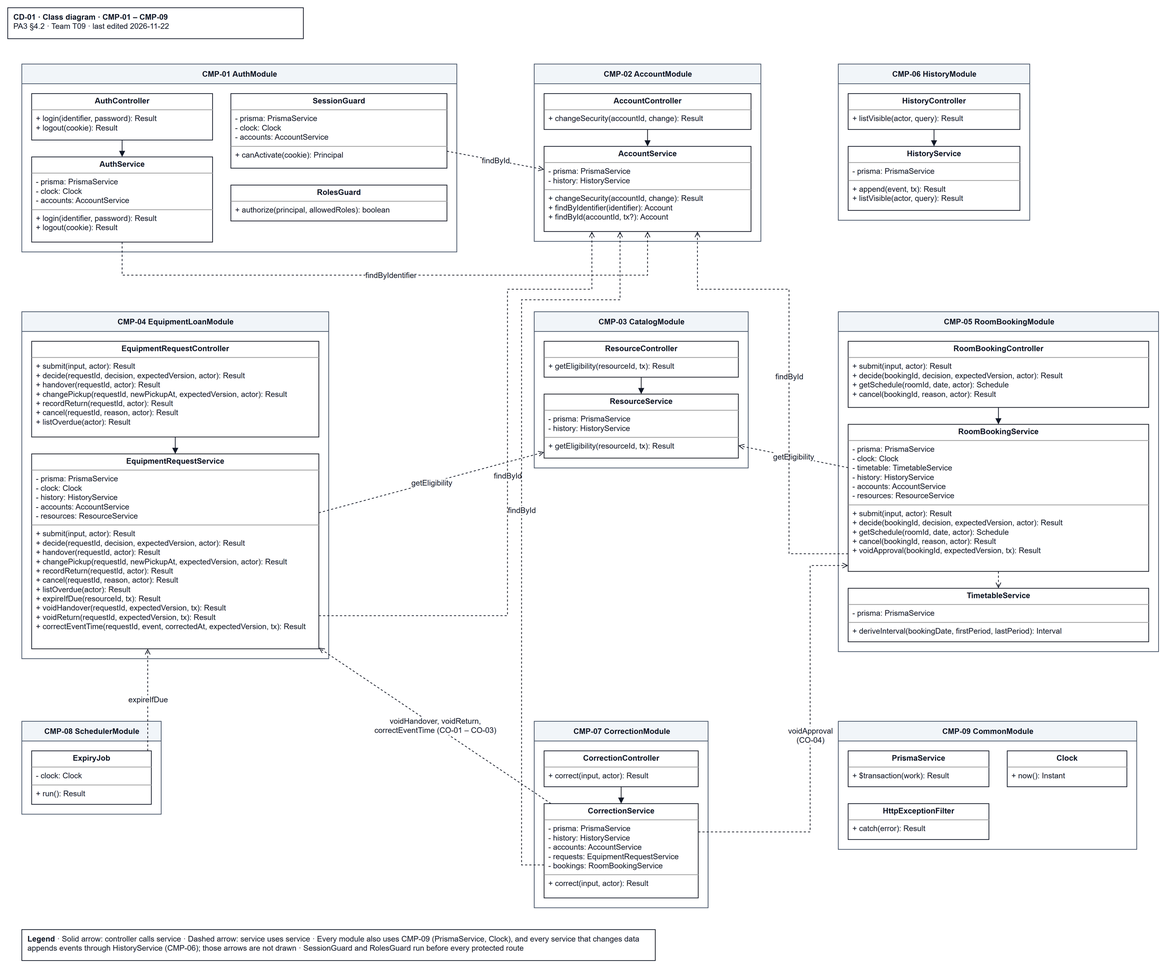
Earlier version of the draw.io export docs/design/diagrams/CD-01_component-classes.drawio.png (JuliaTrang/T09-CampusBorrow). Source tidied: cells renumbered, new cells last; positions are measured from the earlier drawing's top-left corner, leaving out a move shared by most shapes.
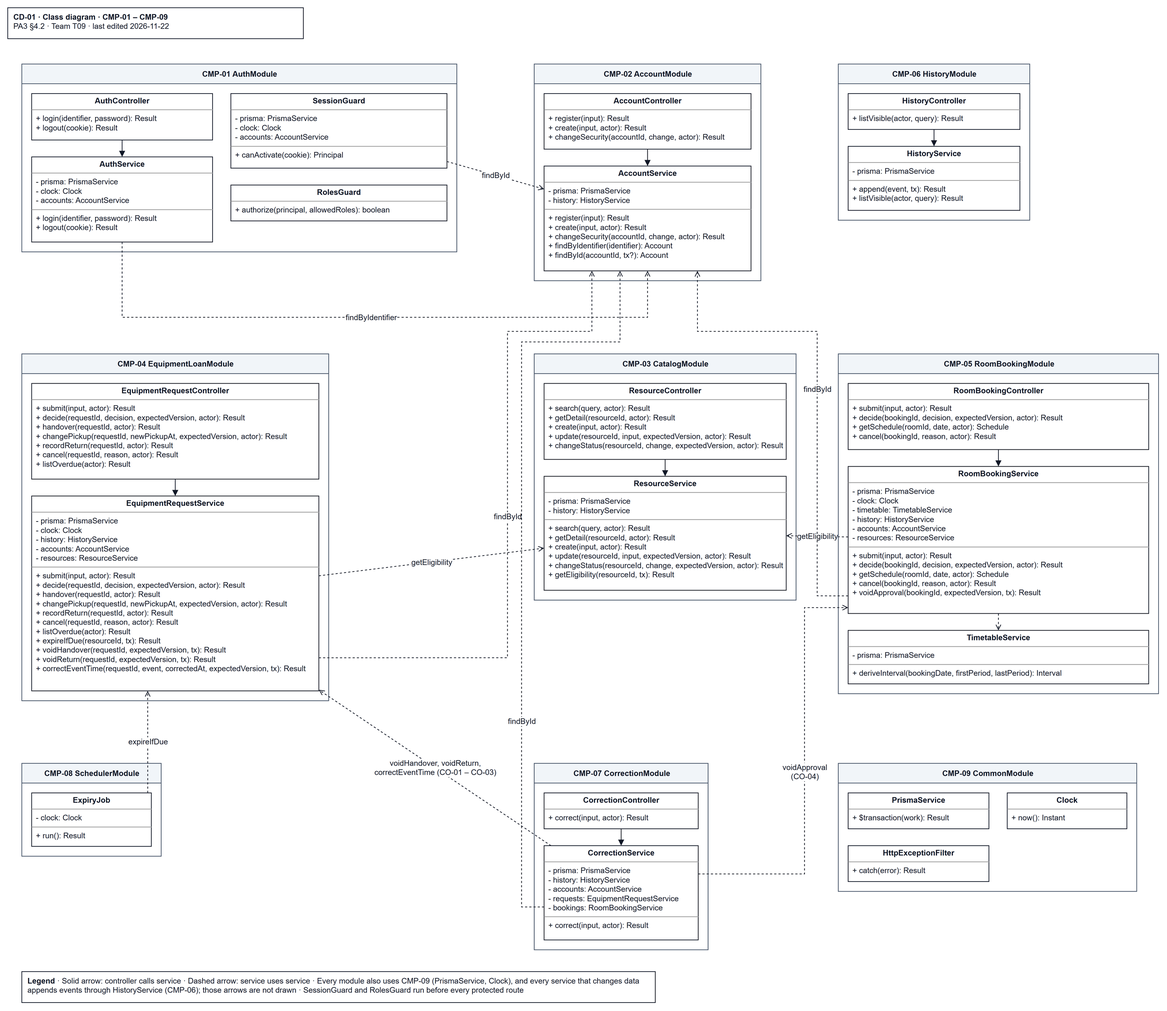
After the commit.

Commit message:
docs(pa3): add CMP-02/03 operations, uuid, history_event_id and resource_id

Change to the diagram source:
```diff
@@ -3,10 +3,10 @@
     <mxCell id="0" />
     <mxCell id="1" parent="0" />
     <mxCell id="2" value="&lt;b&gt;CD-01 · Class diagram · CMP-01 – CMP-09&lt;/b&gt;&lt;br&gt;PA3 §4.2 · Team T09 · last edited 2026-11-22" style="rounded=0;whiteSpace=wrap;html=1;align=left;verticalAlign=top;spacingLeft=6;strokeColor=#111827;fillColor=#ffffff;fontFamily=Arial;fontSize=11;fontColor=#111827;" parent="1" vertex="1">
-      <mxGeometry width="420" height="44" as="geometry" />
+      <mxGeometry y="-60" width="420" height="44" as="geometry" />
     </mxCell>
     <mxCell id="3" value="CMP-01 AuthModule" style="swimlane;startSize=28;html=1;horizontal=1;fillColor=#f1f5f9;strokeColor=#475569;fontStyle=1;rounded=0;fontFamily=Arial;fontSize=11;fontColor=#111827;" parent="1" vertex="1">
-      <mxGeometry x="20" y="80" width="618" height="267" as="geometry" />
+      <mxGeometry x="20" y="20" width="618" height="267" as="geometry" />
     </mxCell>
     <mxCell id="4" value="&lt;p style=&quot;margin:0px;margin-top:4px;text-align:center;&quot;&gt;&lt;b&gt;AuthController&lt;/b&gt;&lt;/p&gt;&lt;hr size=&quot;1&quot;/&gt;&lt;p style=&quot;margin:0px;margin-left:6px;&quot;&gt;+ login(identifier, password): Result&lt;br&gt;+ logout(cookie): Result&lt;/p&gt;" style="verticalAlign=top;align=left;overflow=fill;html=1;whiteSpace=wrap;rounded=0;strokeColor=#111827;fillColor=#ffffff;fontFamily=Arial;fontSize=11;fontColor=#111827;" parent="3" vertex="1">
       <mxGeometry x="14" y="42" width="257" height="66" as="geometry" />
@@ -21,16 +21,16 @@
       <mxGeometry x="297" y="172" width="307" height="51" as="geometry" />
     </mxCell>
     <mxCell id="8" value="CMP-02 AccountModule" style="swimlane;startSize=28;html=1;horizontal=1;fillColor=#f1f5f9;strokeColor=#475569;fontStyle=1;rounded=0;fontFamily=Arial;fontSize=11;fontColor=#111827;" parent="1" vertex="1">
-      <mxGeometry x="748" y="80" width="322" height="252" as="geometry" />
+      <mxGeometry x="748" y="20" width="322" height="308" as="geometry" />
     </mxCell>
-    <mxCell id="9" value="&lt;p style=&quot;margin:0px;margin-top:4px;text-align:center;&quot;&gt;&lt;b&gt;AccountController&lt;/b&gt;&lt;/p&gt;&lt;hr size=&quot;1&quot;/&gt;&lt;p style=&quot;margin:0px;margin-left:6px;&quot;&gt;+ changeSecurity(accountId, change): Result&lt;/p&gt;" style="verticalAlign=top;align=left;overflow=fill;html=1;whiteSpace=wrap;rounded=0;strokeColor=#111827;fillColor=#ffffff;fontFamily=Arial;fontSize=11;fontColor=#111827;" parent="8" vertex="1">
-      <mxGeometry x="14" y="42" width="294" height="51" as="geometry" />
+    <mxCell id="9" value="&lt;p style=&quot;margin:0px;margin-top:4px;text-align:center;&quot;&gt;&lt;b&gt;AccountController&lt;/b&gt;&lt;/p&gt;&lt;hr size=&quot;1&quot;/&gt;&lt;p style=&quot;margin:0px;margin-left:6px;&quot;&gt;+ register(input): Result&lt;br&gt;+ create(input, actor): Result&lt;br&gt;+ changeSecurity(accountId, change, actor): Result&lt;/p&gt;" style="verticalAlign=top;align=left;overflow=fill;html=1;whiteSpace=wrap;rounded=0;strokeColor=#111827;fillColor=#ffffff;fontFamily=Arial;fontSize=11;fontColor=#111827;" parent="8" vertex="1">
+      <mxGeometry x="14" y="42" width="294" height="79" as="geometry" />
     </mxCell>
-    <mxCell id="10" value="&lt;p style=&quot;margin:0px;margin-top:4px;text-align:center;&quot;&gt;&lt;b&gt;AccountService&lt;/b&gt;&lt;/p&gt;&lt;hr size=&quot;1&quot;/&gt;&lt;p style=&quot;margin:0px;margin-left:6px;&quot;&gt;- prisma: PrismaService&lt;br&gt;- history: HistoryService&lt;/p&gt;&lt;hr size=&quot;1&quot;/&gt;&lt;p style=&quot;margin:0px;margin-left:6px;&quot;&gt;+ changeSecurity(accountId, change): Result&lt;br&gt;+ findByIdentifier(identifier): Account&lt;br&gt;+ findById(accountId, tx?): Account&lt;/p&gt;" style="verticalAlign=top;align=left;overflow=fill;html=1;whiteSpace=wrap;rounded=0;strokeColor=#111827;fillColor=#ffffff;fontFamily=Arial;fontSize=11;fontColor=#111827;" parent="8" vertex="1">
-      <mxGeometry x="14" y="117" width="294" height="121" as="geometry" />
+    <mxCell id="10" value="&lt;p style=&quot;margin:0px;margin-top:4px;text-align:center;&quot;&gt;&lt;b&gt;AccountService&lt;/b&gt;&lt;/p&gt;&lt;hr size=&quot;1&quot;/&gt;&lt;p style=&quot;margin:0px;margin-left:6px;&quot;&gt;- prisma: PrismaService&lt;br&gt;- history: HistoryService&lt;/p&gt;&lt;hr size=&quot;1&quot;/&gt;&lt;p style=&quot;margin:0px;margin-left:6px;&quot;&gt;+ register(input): Result&lt;br&gt;+ create(input, actor): Result&lt;br&gt;+ changeSecurity(accountId, change, actor): Result&lt;br&gt;+ findByIdentifier(identifier): Account&lt;br&gt;+ findById(accountId, tx?): Account&lt;/p&gt;" style="verticalAlign=top;align=left;overflow=fill;html=1;whiteSpace=wrap;rounded=0;strokeColor=#111827;fillColor=#ffffff;fontFamily=Arial;fontSize=11;fontColor=#111827;" parent="8" vertex="1">
+      <mxGeometry x="14" y="145" width="294" height="149" as="geometry" />
     </mxCell>
     <mxCell id="11" value="CMP-06 HistoryModule" style="swimlane;startSize=28;html=1;horizontal=1;fillColor=#f1f5f9;strokeColor=#475569;fontStyle=1;rounded=0;fontFamily=Arial;fontSize=11;fontColor=#111827;" parent="1" vertex="1">
-      <mxGeometry x="1180" y="80" width="272" height="222" as="geometry" />
+      <mxGeometry x="1180" y="20" width="272" height="222" as="geometry" />
     </mxCell>
     <mxCell id="12" value="&lt;p style=&quot;margin:0px;margin-top:4px;text-align:center;&quot;&gt;&lt;b&gt;HistoryController&lt;/b&gt;&lt;/p&gt;&lt;hr size=&quot;1&quot;/&gt;&lt;p style=&quot;margin:0px;margin-left:6px;&quot;&gt;+ listVisible(actor, query): Result&lt;/p&gt;" style="verticalAlign=top;align=left;overflow=fill;html=1;whiteSpace=wrap;rounded=0;strokeColor=#111827;fillColor=#ffffff;fontFamily=Arial;fontSize=11;fontColor=#111827;" parent="11" vertex="1">
       <mxGeometry x="14" y="42" width="244" height="51" as="geometry" />
@@ -48,13 +48,13 @@
       <mxGeometry x="14" y="202" width="408" height="277" as="geometry" />
     </mxCell>
     <mxCell id="17" value="CMP-03 CatalogModule" style="swimlane;startSize=28;html=1;horizontal=1;fillColor=#f1f5f9;strokeColor=#475569;fontStyle=1;rounded=0;fontFamily=Arial;fontSize=11;fontColor=#111827;" parent="1" vertex="1">
-      <mxGeometry x="748" y="432" width="304" height="222" as="geometry" />
+      <mxGeometry x="748" y="432" width="372" height="350" as="geometry" />
     </mxCell>
-    <mxCell id="18" value="&lt;p style=&quot;margin:0px;margin-top:4px;text-align:center;&quot;&gt;&lt;b&gt;ResourceController&lt;/b&gt;&lt;/p&gt;&lt;hr size=&quot;1&quot;/&gt;&lt;p style=&quot;margin:0px;margin-left:6px;&quot;&gt;+ getEligibility(resourceId, tx): Result&lt;/p&gt;" style="verticalAlign=top;align=left;overflow=fill;html=1;whiteSpace=wrap;rounded=0;strokeColor=#111827;fillColor=#ffffff;fontFamily=Arial;fontSize=11;fontColor=#111827;" parent="17" vertex="1">
-      <mxGeometry x="14" y="42" width="276" height="51" as="geometry" />
+    <mxCell id="18" value="&lt;p style=&quot;margin:0px;margin-top:4px;text-align:center;&quot;&gt;&lt;b&gt;ResourceController&lt;/b&gt;&lt;/p&gt;&lt;hr size=&quot;1&quot;/&gt;&lt;p style=&quot;margin:0px;margin-left:6px;&quot;&gt;+ search(query, actor): Result&lt;br&gt;+ getDetail(resourceId, actor): Result&lt;br&gt;+ create(input, actor): Result&lt;br&gt;+ update(resourceId, input, expectedVersion, actor): Result&lt;br&gt;+ changeStatus(resourceId, change, expectedVersion, actor): Result&lt;/p&gt;" style="verticalAlign=top;align=left;overflow=fill;html=1;whiteSpace=wrap;rounded=0;strokeColor=#111827;fillColor=#ffffff;fontFamily=Arial;fontSize=11;fontColor=#111827;" parent="17" vertex="1">
+      <mxGeometry x="14" y="42" width="344" height="108" as="geometry" />
     </mxCell>
-    <mxCell id="19" value="&lt;p style=&quot;margin:0px;margin-top:4px;text-align:center;&quot;&gt;&lt;b&gt;ResourceService&lt;/b&gt;&lt;/p&gt;&lt;hr size=&quot;1&quot;/&gt;&lt;p style=&quot;margin:0px;margin-left:6px;&quot;&gt;- prisma: PrismaService&lt;br&gt;- history: HistoryService&lt;/p&gt;&lt;hr size=&quot;1&quot;/&gt;&lt;p style=&quot;margin:0px;margin-left:6px;&quot;&gt;+ getEligibility(resourceId, tx): Result&lt;/p&gt;" style="verticalAlign=top;align=left;overflow=fill;html=1;whiteSpace=wrap;rounded=0;strokeColor=#111827;fillColor=#ffffff;fontFamily=Arial;fontSize=11;fontColor=#111827;" parent="17" vertex="1">
-      <mxGeometry x="14" y="117" width="276" height="91" as="geometry" />
+    <mxCell id="19" value="&lt;p style=&quot;margin:0px;margin-top:4px;text-align:center;&quot;&gt;&lt;b&gt;ResourceService&lt;/b&gt;&lt;/p&gt;&lt;hr size=&quot;1&quot;/&gt;&lt;p style=&quot;margin:0px;margin-left:6px;&quot;&gt;- prisma: PrismaService&lt;br&gt;- history: HistoryService&lt;/p&gt;&lt;hr size=&quot;1&quot;/&gt;&lt;p style=&quot;margin:0px;margin-left:6px;&quot;&gt;+ search(query, actor): Result&lt;br&gt;+ getDetail(resourceId, actor): Result&lt;br&gt;+ create(input, actor): Result&lt;br&gt;+ update(resourceId, input, expectedVersion, actor): Result&lt;br&gt;+ changeStatus(resourceId, change, expectedVersion, actor): Result&lt;br&gt;+ getEligibility(resourceId, tx): Result&lt;/p&gt;" style="verticalAlign=top;align=left;overflow=fill;html=1;whiteSpace=wrap;rounded=0;strokeColor=#111827;fillColor=#ffffff;fontFamily=Arial;fontSize=11;fontColor=#111827;" parent="17" vertex="1">
+      <mxGeometry x="14" y="174" width="344" height="162" as="geometry" />
     </mxCell>
     <mxCell id="20" value="CMP-05 RoomBookingModule" style="swimlane;startSize=28;html=1;horizontal=1;fillColor=#f1f5f9;strokeColor=#475569;fontStyle=1;rounded=0;fontFamily=Arial;fontSize=11;fontColor=#111827;" parent="1" vertex="1">
       <mxGeometry x="1180" y="432" width="455" height="483" as="geometry" />
@@ -142,8 +142,8 @@
     <mxCell id="46" value="voidApproval&lt;br&gt;(CO-04)" style="rounded=0;html=1;endArrow=open;endFill=0;dashed=1;strokeColor=#111827;fontFamily=Arial;fontSize=11;fontColor=#111827;edgeStyle=orthogonalEdgeStyle;exitX=1;exitY=0.3;entryX=0;entryY=0.96;" parent="1" edge="1" source="28" target="22">
       <mxGeometry relative="1" as="geometry">
         <Array as="points">
-          <mxPoint x="1140" y="1171" />
-          <mxPoint x="1140" y="793" />
+          <mxPoint x="1132" y="1171" />
+          <mxPoint x="1132" y="793" />
         </Array>
       </mxGeometry>
     </mxCell>
@@ -165,14 +165,14 @@
     <mxCell id="50" value="findById" style="rounded=0;html=1;endArrow=open;endFill=0;dashed=1;strokeColor=#111827;fontFamily=Arial;fontSize=11;fontColor=#111827;edgeStyle=orthogonalEdgeStyle;exitX=0;exitY=0.88;entryX=0.741;entryY=1;" parent="1" edge="1" source="22" target="10">
       <mxGeometry relative="1" as="geometry">
         <Array as="points">
-          <mxPoint x="1110" y="776" />
-          <mxPoint x="1110" y="400" />
+          <mxPoint x="1150" y="776" />
+          <mxPoint x="1150" y="400" />
           <mxPoint x="980" y="400" />
         </Array>
       </mxGeometry>
     </mxCell>
     <mxCell id="51" value="findById" style="rounded=0;html=1;endArrow=open;endFill=0;dashed=1;strokeColor=#111827;fontFamily=Arial;fontSize=11;fontColor=#111827;edgeStyle=orthogonalEdgeStyle;exitX=0;exitY=0.65;entryX=0.367;entryY=1;" parent="1" edge="1" source="28" target="10">
-      <mxGeometry relative="1" as="geometry">
+      <mxGeometry x="-0.45" relative="1" as="geometry">
         <Array as="points">
           <mxPoint x="730" y="1218" />
           <mxPoint x="730" y="415" />
```
